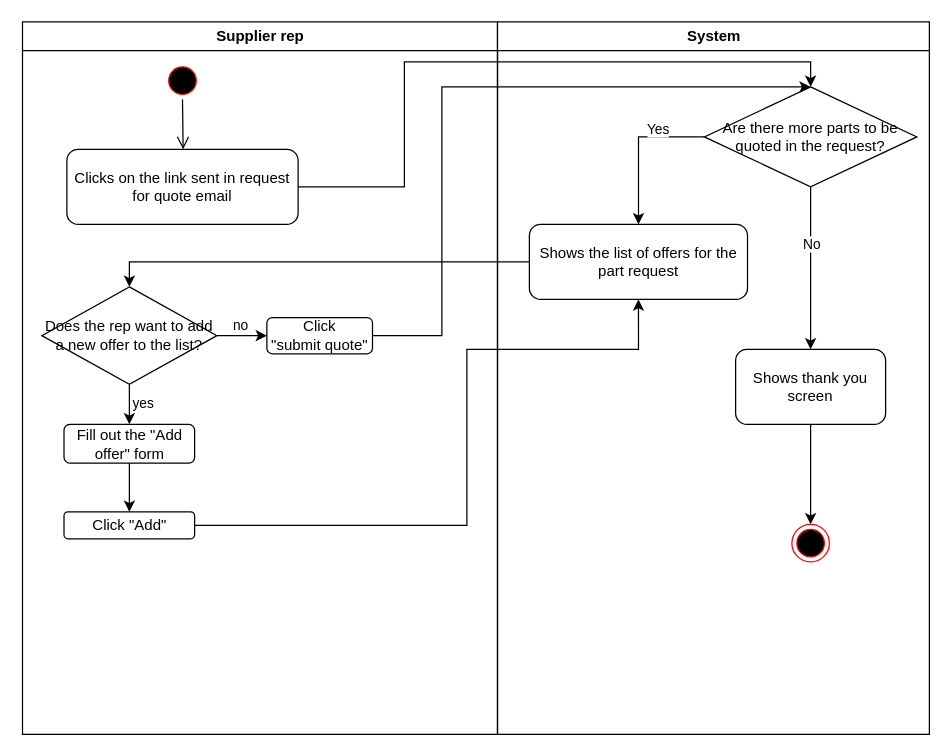
Above: Activity_Diagrams/3rdParty/SupplierRepProvideQuotes.drawio in Awrmani/AutoQuotes (draw.io), before the change. Source tidied: cells renumbered, new cells numbered last; positions are measured from the earlier drawing's top-left corner, leaving out a move shared by most shapes. Both pictures are drawn from the tidied source at 125%, with x=0, y=0 at pixel (21, 21).
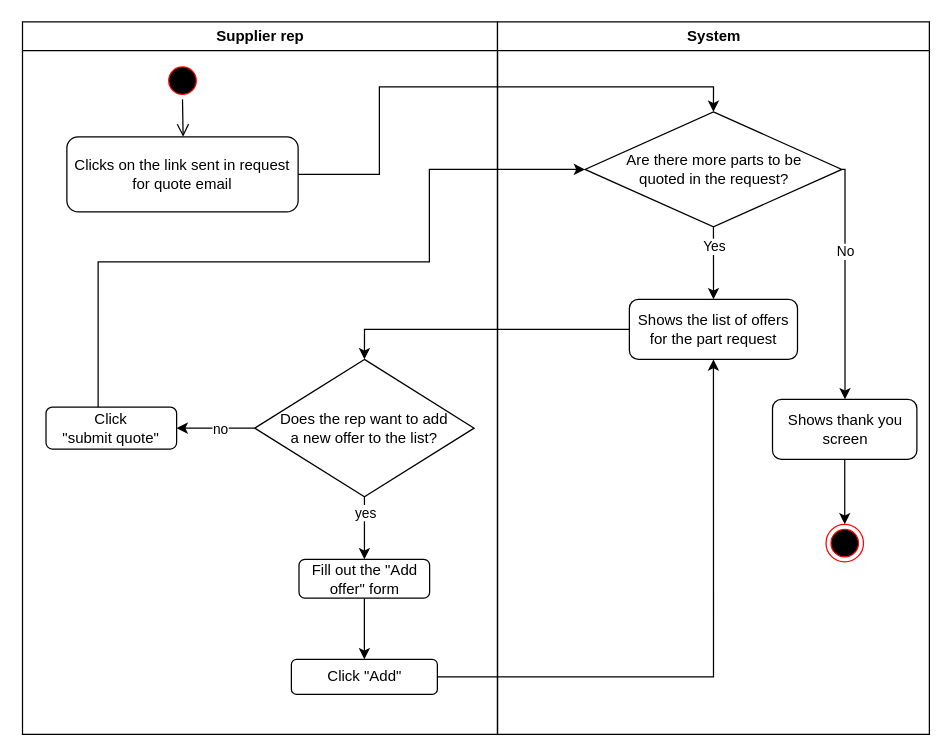
After the change.

Unchanged cells that the change refers to:
```xml
<mxCell id="2" value="Supplier rep" style="swimlane;whiteSpace=wrap;" parent="1" vertex="1">
  <mxGeometry x="0.5" width="380" height="570" as="geometry" />
</mxCell>
<mxCell id="15" value="System" style="swimlane;whiteSpace=wrap;" parent="1" vertex="1">
  <mxGeometry x="380.5" width="345.5" height="570" as="geometry" />
</mxCell>
```

Diff of the diagram source:
```diff
@@
     <mxCell id="5" value="Clicks on the link sent in request for quote email" style="rounded=1;whiteSpace=wrap;html=1;" parent="2" vertex="1">
-      <mxGeometry x="35.5" y="102" width="185" height="60" as="geometry" />
+      <mxGeometry x="35.5" y="92" width="185" height="60" as="geometry" />
     </mxCell>
-    <mxCell id="6" style="edgeStyle=orthogonalEdgeStyle;rounded=0;jettySize=auto;html=1;strokeColor=#000000;" parent="2" edge="1" source="10" target="11">
-      <mxGeometry relative="1" as="geometry" />
-    </mxCell>
-    <mxCell id="7" value="no" style="edgeLabel;html=1;align=center;verticalAlign=middle;" parent="6" vertex="1">
-      <mxGeometry x="-0.12" relative="1" as="geometry">
-        <mxPoint y="-9" as="offset" />
-      </mxGeometry>
-    </mxCell>
     <mxCell id="8" style="edgeStyle=orthogonalEdgeStyle;rounded=0;jettySize=auto;html=1;strokeColor=#000000;" parent="2" edge="1" source="10" target="13">
-      <mxGeometry relative="1" as="geometry" />
+      <mxGeometry relative="1" as="geometry">
+        <Array as="points">
+          <mxPoint x="253.2" y="456" />
+        </Array>
+      </mxGeometry>
     </mxCell>
     <mxCell id="9" value="yes" style="edgeLabel;html=1;align=center;verticalAlign=middle;" parent="8" vertex="1">
       <mxGeometry x="-0.23" y="-1" relative="1" as="geometry">
-        <mxPoint x="11" y="2" as="offset" />
+        <mxPoint x="1" y="-7" as="offset" />
       </mxGeometry>
     </mxCell>
-    <mxCell id="10" value="Does the rep want to add a new offer to the list?" style="rhombus;whiteSpace=wrap;html=1;" parent="2" vertex="1">
-      <mxGeometry x="15.5" y="212" width="140" height="78" as="geometry" />
+    <mxCell id="10" value="Does the rep want to add &lt;br&gt;a new offer to the list?" style="rhombus;whiteSpace=wrap;html=1;" parent="2" vertex="1">
+      <mxGeometry x="185.8" y="270" width="175.5" height="110" as="geometry" />
     </mxCell>
-    <mxCell id="11" value="Click&lt;br&gt;&quot;submit quote&quot;" style="rounded=1;whiteSpace=wrap;html=1;fillColor=rgb(255, 255, 255);strokeColor=rgb(0, 0, 0);fontColor=rgb(0, 0, 0);" parent="2" vertex="1">
-      <mxGeometry x="195.5" y="236.5" width="84.5" height="29" as="geometry" />
-    </mxCell>
@@
     <mxCell id="13" value="Fill out the &quot;Add offer&quot; form" style="rounded=1;whiteSpace=wrap;html=1;fillColor=rgb(255, 255, 255);strokeColor=rgb(0, 0, 0);fontColor=rgb(0, 0, 0);" parent="2" vertex="1">
-      <mxGeometry x="33.2" y="322" width="104.5" height="31" as="geometry" />
+      <mxGeometry x="221.2" y="430" width="104.5" height="31" as="geometry" />
     </mxCell>
     <mxCell id="14" value="Click &quot;Add&quot;" style="rounded=1;whiteSpace=wrap;html=1;fillColor=rgb(255, 255, 255);strokeColor=rgb(0, 0, 0);fontColor=rgb(0, 0, 0);" parent="2" vertex="1">
-      <mxGeometry x="33.2" y="392" width="104.5" height="21.5" as="geometry" />
+      <mxGeometry x="215.1" y="510" width="116.8" height="28" as="geometry" />
     </mxCell>
+    <mxCell id="11" value="Click&lt;br&gt;&quot;submit quote&quot;" style="rounded=1;whiteSpace=wrap;html=1;fillColor=rgb(255, 255, 255);strokeColor=rgb(0, 0, 0);fontColor=rgb(0, 0, 0);" parent="2" vertex="1">
+      <mxGeometry x="18.8" y="308.2" width="104.5" height="33.5" as="geometry" />
+    </mxCell>
+    <mxCell id="6" style="edgeStyle=orthogonalEdgeStyle;rounded=0;jettySize=auto;html=1;strokeColor=#000000;" parent="2" edge="1" source="10" target="11">
+      <mxGeometry relative="1" as="geometry" />
+    </mxCell>
+    <mxCell id="7" value="no" style="edgeLabel;html=1;align=center;verticalAlign=middle;" parent="6" vertex="1">
+      <mxGeometry x="-0.12" relative="1" as="geometry" />
+    </mxCell>
@@
     <mxCell id="16" value="Shows the list of offers for the part request" style="rounded=1;whiteSpace=wrap;html=1;" parent="15" vertex="1">
-      <mxGeometry x="25.5" y="162" width="174.5" height="60" as="geometry" />
+      <mxGeometry x="105.5" y="222" width="134.5" height="48" as="geometry" />
     </mxCell>
-    <mxCell id="17" style="edgeStyle=orthogonalEdgeStyle;rounded=0;jettySize=auto;html=1;strokeColor=#000000;" parent="15" edge="1" source="19" target="23">
-      <mxGeometry relative="1" as="geometry" />
+    <mxCell id="17" style="edgeStyle=orthogonalEdgeStyle;rounded=0;jettySize=auto;html=1;strokeColor=#000000;exitX=1;exitY=0.5;exitDx=0;exitDy=0;" parent="15" edge="1" source="19" target="23">
+      <mxGeometry relative="1" as="geometry">
+        <Array as="points">
+          <mxPoint x="278" y="118" />
+        </Array>
+      </mxGeometry>
     </mxCell>
@@
-    <mxCell id="19" value="Are there more parts to be quoted in the request?" style="rhombus;whiteSpace=wrap;html=1;" parent="15" vertex="1">
-      <mxGeometry x="165.5" y="52" width="170" height="80" as="geometry" />
+    <mxCell id="19" value="Are there more parts to be &lt;br&gt;quoted in the request?" style="rhombus;whiteSpace=wrap;html=1;" parent="15" vertex="1">
+      <mxGeometry x="70" y="72" width="205.5" height="92" as="geometry" />
     </mxCell>
-    <mxCell id="20" style="edgeStyle=orthogonalEdgeStyle;rounded=0;jettySize=auto;html=1;strokeColor=#000000;exitX=0;exitY=0.5;exitDx=0;exitDy=0;" parent="15" edge="1" source="19" target="16">
+    <mxCell id="20" style="edgeStyle=orthogonalEdgeStyle;rounded=0;jettySize=auto;html=1;strokeColor=#000000;exitX=0.5;exitY=1;exitDx=0;exitDy=0;" parent="15" edge="1" source="19" target="16">
       <mxGeometry relative="1" as="geometry" />
     </mxCell>
     <mxCell id="21" value="Yes" style="edgeLabel;html=1;align=center;verticalAlign=middle;" parent="20" vertex="1">
       <mxGeometry x="-0.2" relative="1" as="geometry">
-        <mxPoint x="11" y="-7" as="offset" />
+        <mxPoint y="-7" as="offset" />
       </mxGeometry>
     </mxCell>
@@
     <mxCell id="23" value="Shows thank you screen" style="rounded=1;whiteSpace=wrap;html=1;fillColor=rgb(255, 255, 255);strokeColor=rgb(0, 0, 0);fontColor=rgb(0, 0, 0);" parent="15" vertex="1">
-      <mxGeometry x="190.5" y="262" width="120" height="60" as="geometry" />
+      <mxGeometry x="220" y="302" width="115.5" height="48" as="geometry" />
     </mxCell>
     <mxCell id="24" style="ellipse;html=1;shape=endState;fillColor=#000000;strokeColor=#ff0000;" parent="15" vertex="1">
-      <mxGeometry x="235.5" y="402" width="30" height="30" as="geometry" />
+      <mxGeometry x="262.8" y="402" width="30" height="30" as="geometry" />
     </mxCell>
+    <mxCell id="26" style="edgeStyle=orthogonalEdgeStyle;rounded=0;jettySize=auto;html=1;exitX=0;exitY=0.5;exitDx=0;exitDy=0;entryX=0.5;entryY=0;entryDx=0;entryDy=0;strokeColor=#000000;" parent="1" edge="1" source="16" target="10">
+      <mxGeometry relative="1" as="geometry" />
+    </mxCell>
+    <mxCell id="28" style="edgeStyle=orthogonalEdgeStyle;rounded=0;jettySize=auto;html=1;entryX=0.5;entryY=1;entryDx=0;entryDy=0;" parent="1" edge="1" source="14" target="16">
+      <mxGeometry relative="1" as="geometry" />
+    </mxCell>
+    <mxCell id="27" style="edgeStyle=orthogonalEdgeStyle;rounded=0;jettySize=auto;html=1;entryX=0;entryY=0.5;entryDx=0;entryDy=0;" parent="1" edge="1" source="11" target="19">
+      <mxGeometry relative="1" as="geometry">
+        <Array as="points">
+          <mxPoint x="61" y="192" />
+          <mxPoint x="326" y="192" />
+          <mxPoint x="326" y="118" />
+        </Array>
+      </mxGeometry>
+    </mxCell>
-    <mxCell id="25" style="edgeStyle=orthogonalEdgeStyle;rounded=0;jettySize=auto;html=1;strokeColor=#000000;entryX=0.5;entryY=0;entryDx=0;entryDy=0;" parent="1" edge="1" source="5" target="19">
+    <mxCell id="25" style="edgeStyle=orthogonalEdgeStyle;rounded=0;jettySize=auto;html=1;entryX=0.5;entryY=0;entryDx=0;entryDy=0;" parent="1" edge="1" source="5" target="19">
       <mxGeometry relative="1" as="geometry">
         <Array as="points">
-          <mxPoint x="306" y="132" />
-          <mxPoint x="306" y="32" />
-          <mxPoint x="631" y="32" />
+          <mxPoint x="286" y="122" />
+          <mxPoint x="286" y="52" />
+          <mxPoint x="553" y="52" />
         </Array>
       </mxGeometry>
     </mxCell>
-    <mxCell id="26" style="edgeStyle=orthogonalEdgeStyle;rounded=0;jettySize=auto;html=1;exitX=0;exitY=0.5;exitDx=0;exitDy=0;entryX=0.5;entryY=0;entryDx=0;entryDy=0;strokeColor=#000000;" parent="1" edge="1" source="16" target="10">
-      <mxGeometry relative="1" as="geometry" />
-    </mxCell>
-    <mxCell id="27" style="edgeStyle=orthogonalEdgeStyle;rounded=0;jettySize=auto;html=1;exitX=1;exitY=0.5;exitDx=0;exitDy=0;entryX=0.5;entryY=0;entryDx=0;entryDy=0;strokeColor=#000000;" parent="1" edge="1" source="11" target="19">
-      <mxGeometry relative="1" as="geometry">
-        <Array as="points">
-          <mxPoint x="336" y="251" />
-          <mxPoint x="336" y="52" />
-        </Array>
-      </mxGeometry>
-    </mxCell>
-    <mxCell id="28" style="edgeStyle=orthogonalEdgeStyle;rounded=0;jettySize=auto;html=1;exitX=1;exitY=0.5;exitDx=0;exitDy=0;entryX=0.5;entryY=1;entryDx=0;entryDy=0;strokeColor=#000000;" parent="1" edge="1" source="14" target="16">
-      <mxGeometry relative="1" as="geometry">
-        <Array as="points">
-          <mxPoint x="356" y="403" />
-          <mxPoint x="356" y="262" />
-          <mxPoint x="493" y="262" />
-        </Array>
-      </mxGeometry>
-    </mxCell>
```
